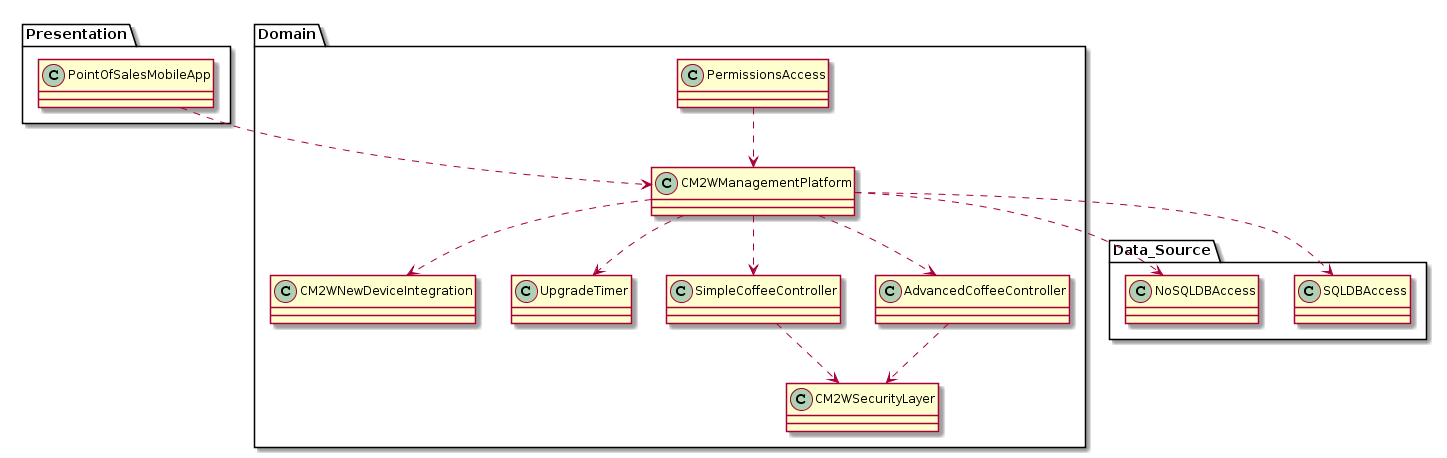
Earlier version of the PlantUML export docs/images/InitialDomainModel.png (dgruninger97/Project). Its diagram source:
```plantuml
@startuml
class Presentation.PointOfSalesMobileApp{
}
class Domain.CM2WManagementPlatform{
}
class Domain.CM2WNewDeviceIntegration{
}
class Domain.UpgradeTimer{
}
class Domain.CM2WSecurityLayer{
}
class Domain.SimpleCoffeeController{
}
class Domain.AdvancedCoffeeController{
}
class Data_Source.SQLDBAccess{
}
class Data_Source.NoSQLDBAccess{
}
class Domain.PermissionsAccess{
}
Presentation.PointOfSalesMobileApp ..> Domain.CM2WManagementPlatform
Domain.CM2WManagementPlatform ..> Data_Source.SQLDBAccess
Domain.SimpleCoffeeController ..> Domain.CM2WSecurityLayer
Domain.AdvancedCoffeeController ..> Domain.CM2WSecurityLayer
Domain.CM2WManagementPlatform ..> Data_Source.NoSQLDBAccess
Domain.CM2WManagementPlatform ..> Domain.UpgradeTimer
Domain.CM2WManagementPlatform ..> Domain.CM2WNewDeviceIntegration
Domain.CM2WManagementPlatform ..> Domain.SimpleCoffeeController
Domain.CM2WManagementPlatform ..> Domain.AdvancedCoffeeController
Domain.PermissionsAccess ..> Domain.CM2WManagementPlatform
@enduml
```
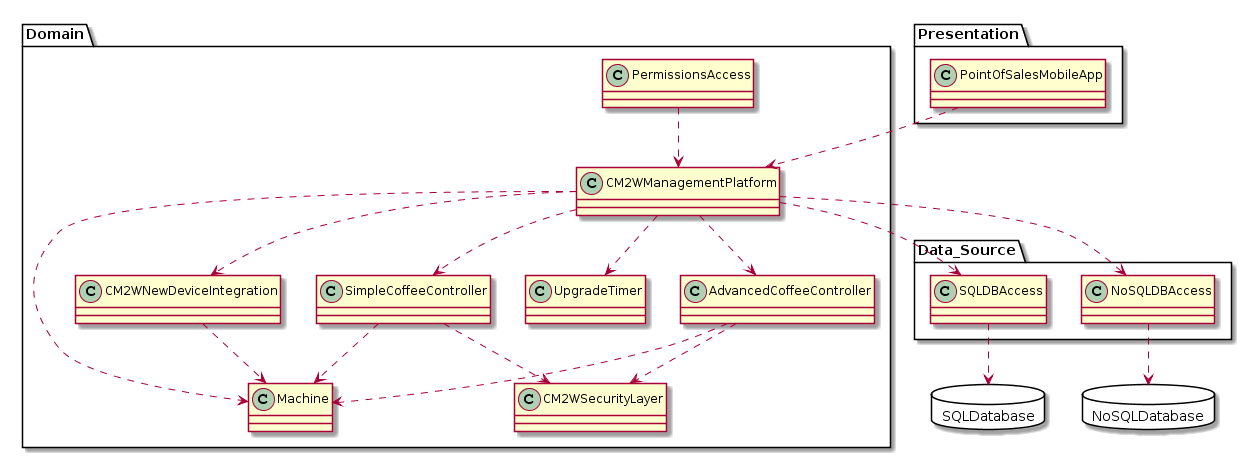
The same diagram one commit later.

Commit message:
Almost finished

What changed in the source:
```diff
@@ -2,10 +2,15 @@
 class Presentation.PointOfSalesMobileApp{
 }
 class Domain.CM2WManagementPlatform{
+
+}
+class Domain.Machine{
 }
 class Domain.CM2WNewDeviceIntegration{
+
 }
 class Domain.UpgradeTimer{
+
 }
 class Domain.CM2WSecurityLayer{
 }
@@ -19,6 +24,10 @@
 }
 class Domain.PermissionsAccess{
 }
+package SQLDatabase <<Database>>{
+}
+package NoSQLDatabase <<Database>>{
+}
 Presentation.PointOfSalesMobileApp ..> Domain.CM2WManagementPlatform
 Domain.CM2WManagementPlatform ..> Data_Source.SQLDBAccess
 Domain.SimpleCoffeeController ..> Domain.CM2WSecurityLayer
@@ -29,4 +38,10 @@
 Domain.CM2WManagementPlatform ..> Domain.SimpleCoffeeController
 Domain.CM2WManagementPlatform ..> Domain.AdvancedCoffeeController
 Domain.PermissionsAccess ..> Domain.CM2WManagementPlatform
+Domain.CM2WManagementPlatform ..> Domain.Machine
+Domain.SimpleCoffeeController ..> Domain.Machine
+Domain.AdvancedCoffeeController ..> Domain.Machine
+Domain.CM2WNewDeviceIntegration ..> Domain.Machine
+Data_Source.SQLDBAccess ..> SQLDatabase
+Data_Source.NoSQLDBAccess ..> NoSQLDatabase
 @enduml
```
